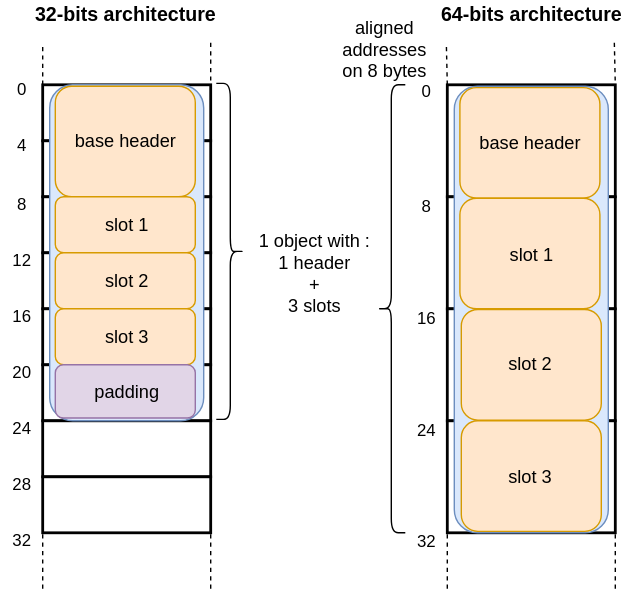
The draw.io diagram Chapters/ObjectStructure/figures/objectLayout.svg in SquareBracketAssociates/Booklet-PharoVirtualMachine, before a commit. Source tidied: cells renumbered, new cells last; positions are measured from the earlier drawing's top-left corner, leaving out a move shared by most shapes.
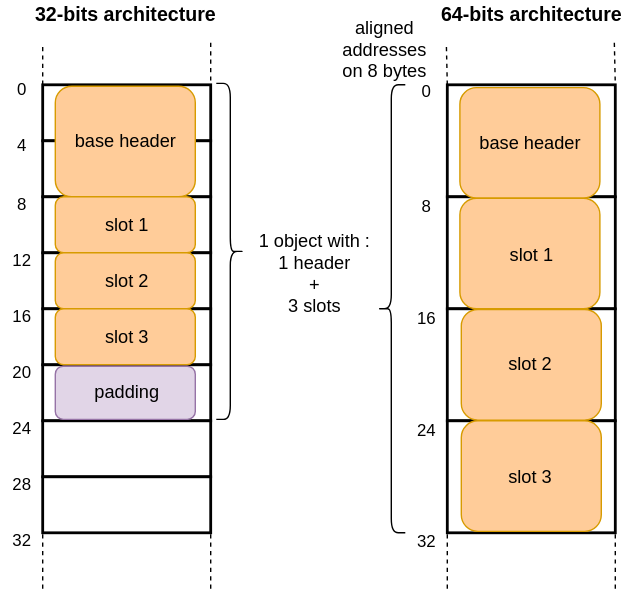
After the commit.

Commit message:
object layout

Change to the diagram source:
```diff
@@ -131,58 +131,52 @@
     <mxCell id="38" value="32" style="text;html=1;align=center;verticalAlign=middle;" parent="1" vertex="1">
       <mxGeometry x="289" y="377" width="30" height="20" as="geometry" />
     </mxCell>
-    <mxCell id="39" style="rounded=1;whiteSpace=wrap;html=1;strokeWidth=1;fontSize=13;fillColor=#dae8fc;strokeColor=#6c8ebf;" parent="1" vertex="1">
-      <mxGeometry x="35" y="60" width="110" height="240" as="geometry" />
-    </mxCell>
-    <mxCell id="40" style="rounded=1;whiteSpace=wrap;html=1;strokeWidth=1;fontSize=13;fillColor=#ffe6cc;strokeColor=#d79b00;" parent="1" vertex="1">
+    <mxCell id="40" style="rounded=1;whiteSpace=wrap;html=1;strokeWidth=1;fontSize=13;fillColor=#FFCC99;strokeColor=#d79b00;" parent="1" vertex="1">
       <mxGeometry x="39" y="61" width="100" height="79" as="geometry" />
     </mxCell>
     <mxCell id="41" value="base header" style="text;html=1;align=center;verticalAlign=middle;fontSize=13;" parent="1" vertex="1">
       <mxGeometry x="44" y="90" width="90" height="20" as="geometry" />
     </mxCell>
-    <mxCell id="42" style="rounded=1;whiteSpace=wrap;html=1;strokeWidth=1;fontSize=13;fillColor=#ffe6cc;strokeColor=#d79b00;" parent="1" vertex="1">
+    <mxCell id="42" style="rounded=1;whiteSpace=wrap;html=1;strokeWidth=1;fontSize=13;fillColor=#FFCC99;strokeColor=#d79b00;" parent="1" vertex="1">
       <mxGeometry x="39" y="140" width="100" height="40" as="geometry" />
     </mxCell>
     <mxCell id="43" value="slot 1" style="text;html=1;align=center;verticalAlign=middle;fontSize=13;" parent="1" vertex="1">
       <mxGeometry x="65" y="150" width="50" height="20" as="geometry" />
     </mxCell>
-    <mxCell id="44" style="rounded=1;whiteSpace=wrap;html=1;strokeWidth=1;fontSize=13;fillColor=#ffe6cc;strokeColor=#d79b00;" parent="1" vertex="1">
+    <mxCell id="44" style="rounded=1;whiteSpace=wrap;html=1;strokeWidth=1;fontSize=13;fillColor=#FFCC99;strokeColor=#d79b00;" parent="1" vertex="1">
       <mxGeometry x="39" y="180" width="100" height="40" as="geometry" />
     </mxCell>
     <mxCell id="45" value="slot 2" style="text;html=1;align=center;verticalAlign=middle;fontSize=13;" parent="1" vertex="1">
       <mxGeometry x="65" y="190" width="50" height="20" as="geometry" />
     </mxCell>
-    <mxCell id="46" style="rounded=1;whiteSpace=wrap;html=1;strokeWidth=1;fontSize=13;fillColor=#ffe6cc;strokeColor=#d79b00;" parent="1" vertex="1">
+    <mxCell id="46" style="rounded=1;whiteSpace=wrap;html=1;strokeWidth=1;fontSize=13;fillColor=#FFCC99;strokeColor=#d79b00;" parent="1" vertex="1">
       <mxGeometry x="39" y="220" width="100" height="40" as="geometry" />
     </mxCell>
     <mxCell id="47" value="slot 3" style="text;html=1;align=center;verticalAlign=middle;fontSize=13;" parent="1" vertex="1">
       <mxGeometry x="65" y="230" width="50" height="20" as="geometry" />
     </mxCell>
     <mxCell id="48" style="rounded=1;whiteSpace=wrap;html=1;strokeWidth=1;fontSize=13;fillColor=#e1d5e7;strokeColor=#9673a6;" parent="1" vertex="1">
-      <mxGeometry x="39" y="260" width="100" height="38" as="geometry" />
+      <mxGeometry x="39" y="261" width="100" height="38" as="geometry" />
     </mxCell>
     <mxCell id="49" value="padding" style="text;html=1;align=center;verticalAlign=middle;fontSize=13;" parent="1" vertex="1">
       <mxGeometry x="60" y="269" width="60" height="20" as="geometry" />
     </mxCell>
-    <mxCell id="50" style="rounded=1;whiteSpace=wrap;html=1;strokeWidth=1;fontSize=13;fillColor=#dae8fc;strokeColor=#6c8ebf;" parent="1" vertex="1">
-      <mxGeometry x="324" y="61" width="110" height="319" as="geometry" />
-    </mxCell>
-    <mxCell id="51" style="rounded=1;whiteSpace=wrap;html=1;strokeWidth=1;fontSize=13;fillColor=#ffe6cc;strokeColor=#d79b00;" parent="1" vertex="1">
+    <mxCell id="51" style="rounded=1;whiteSpace=wrap;html=1;strokeWidth=1;fontSize=13;fillColor=#FFCC99;strokeColor=#d79b00;" parent="1" vertex="1">
       <mxGeometry x="328" y="62" width="100" height="79" as="geometry" />
     </mxCell>
     <mxCell id="52" value="base header" style="text;html=1;align=center;verticalAlign=middle;fontSize=13;" parent="1" vertex="1">
       <mxGeometry x="333" y="91" width="90" height="20" as="geometry" />
     </mxCell>
-    <mxCell id="53" style="rounded=1;whiteSpace=wrap;html=1;strokeWidth=1;fontSize=13;fillColor=#ffe6cc;strokeColor=#d79b00;" parent="1" vertex="1">
+    <mxCell id="53" style="rounded=1;whiteSpace=wrap;html=1;strokeWidth=1;fontSize=13;fillColor=#FFCC99;strokeColor=#d79b00;" parent="1" vertex="1">
       <mxGeometry x="328" y="141" width="100" height="79" as="geometry" />
     </mxCell>
     <mxCell id="54" value="slot 1" style="text;html=1;align=center;verticalAlign=middle;fontSize=13;" parent="1" vertex="1">
       <mxGeometry x="354" y="171" width="50" height="20" as="geometry" />
     </mxCell>
-    <mxCell id="55" style="rounded=1;whiteSpace=wrap;html=1;strokeWidth=1;fontSize=13;fillColor=#ffe6cc;strokeColor=#d79b00;" parent="1" vertex="1">
+    <mxCell id="55" style="rounded=1;whiteSpace=wrap;html=1;strokeWidth=1;fontSize=13;fillColor=#FFCC99;strokeColor=#d79b00;" parent="1" vertex="1">
       <mxGeometry x="329" y="220.5" width="100" height="79" as="geometry" />
     </mxCell>
-    <mxCell id="56" style="rounded=1;whiteSpace=wrap;html=1;strokeWidth=1;fontSize=13;fillColor=#ffe6cc;strokeColor=#d79b00;" parent="1" vertex="1">
+    <mxCell id="56" style="rounded=1;whiteSpace=wrap;html=1;strokeWidth=1;fontSize=13;fillColor=#FFCC99;strokeColor=#d79b00;" parent="1" vertex="1">
       <mxGeometry x="329" y="300" width="100" height="79" as="geometry" />
     </mxCell>
     <mxCell id="57" value="slot 2" style="text;html=1;align=center;verticalAlign=middle;fontSize=13;" parent="1" vertex="1">
```
